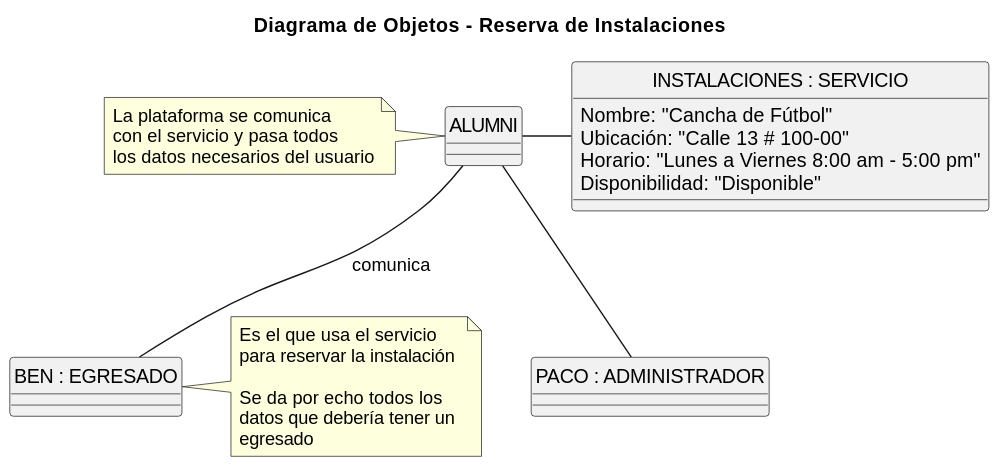
The PlantUML diagram Modelo_de_Dominio/Diagramas_de_Objetos/Reserva_Instalaciones/Diagrama_de_Objetos-Servicio_Externo.svg in mmasias/23-24-IdSw1-SDR, before a commit.
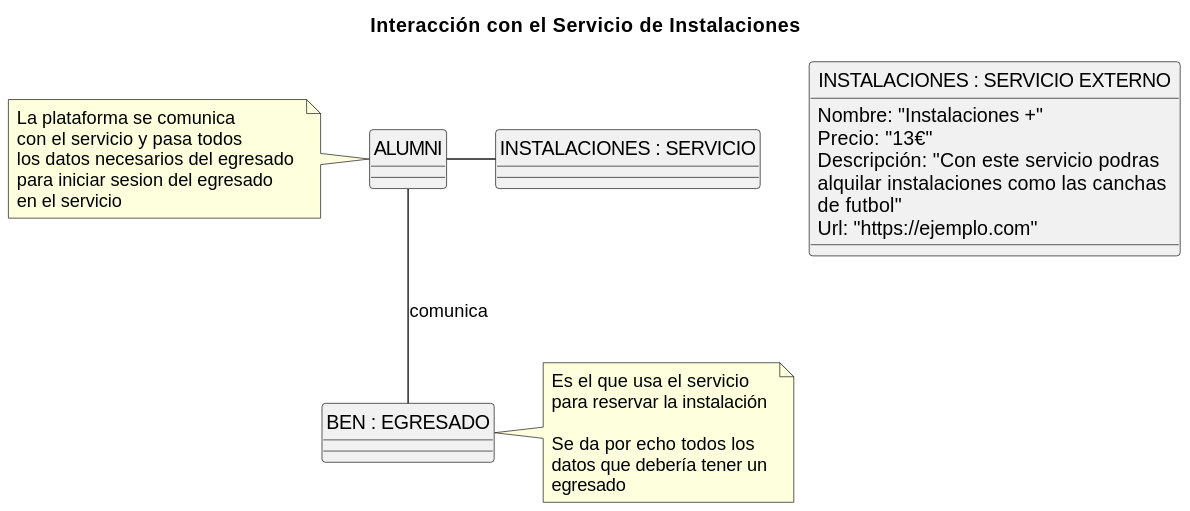
Above is the later version.

Commit message:
cambio diagrama de clases y diagrama de objetos

Change to the diagram source:
```diff
@@ -1,30 +1,26 @@
 @startuml Diagrama_de_Objetos-Servicio_Externo
-title Diagrama de Objetos - Reserva de Instalaciones
+title Interacción con el Servicio de Instalaciones
 
 skinparam backgroundColor white
 skinparam defaultFontName Arial
 hide circle
 
-class "INSTALACIONES : SERVICIO"
+class "INSTALACIONES : SERVICIO EXTERNO"
 {
-    Nombre: "Cancha de Fútbol"
-    Ubicación: "Calle 13 # 100-00"
-    Horario: "Lunes a Viernes 8:00 am - 5:00 pm"
-    Disponibilidad: "Disponible"
+    Nombre: "Instalaciones +"
+    Precio: "13€"
+    Descripción: "Con este servicio podras\nalquilar instalaciones como las canchas \nde futbol"
+    Url: "https://ejemplo.com"
 }
 
-class "PACO : ADMINISTRADOR"
-{
 
-}
 class "BEN : EGRESADO"
 {
 
 }
 
 "INSTALACIONES : SERVICIO" -left- "ALUMNI"
-note left: La plataforma se comunica \ncon el servicio y pasa todos \nlos datos necesarios del usuario
-"ALUMNI" -- "PACO : ADMINISTRADOR"
+note left: La plataforma se comunica \ncon el servicio y pasa todos \nlos datos necesarios del egresado \npara iniciar sesion del egresado \nen el servicio
 "ALUMNI" -- "BEN : EGRESADO" : comunica
 note right: Es el que usa el servicio\npara reservar la instalación \n\nSe da por echo todos los \ndatos que debería tener un \negresado
 @enduml
```
